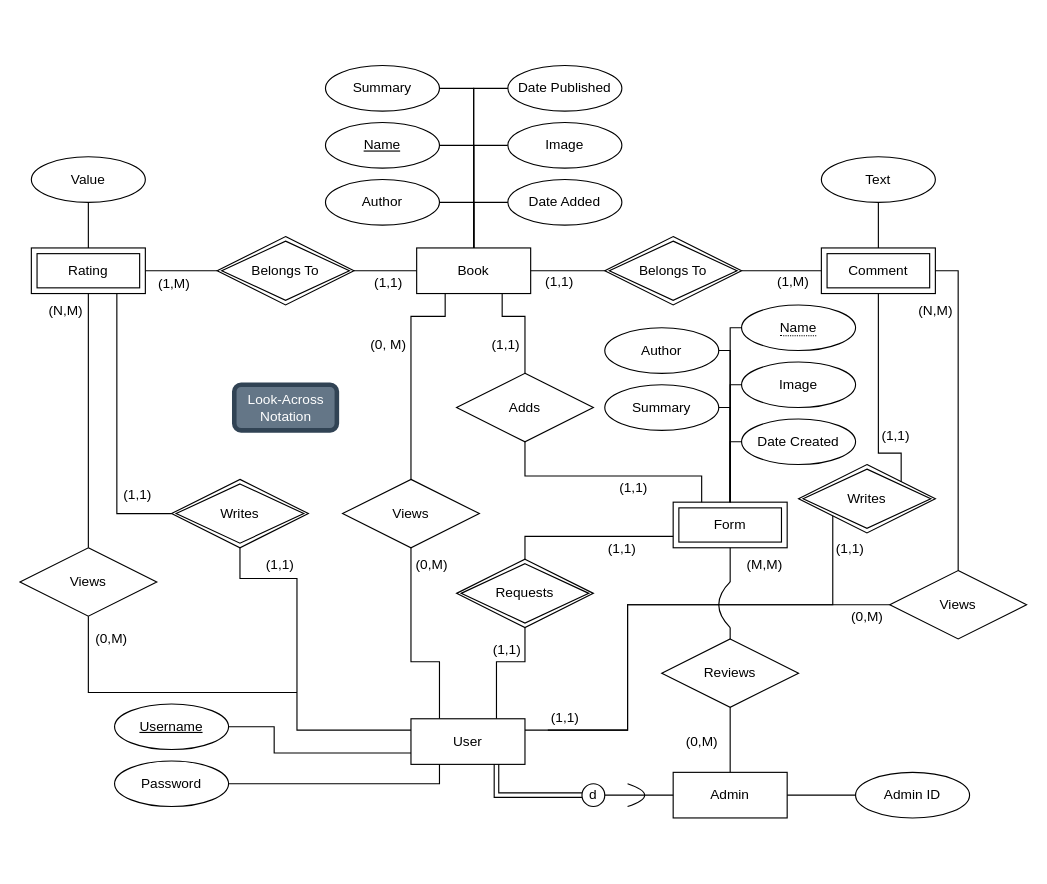
Before: BDB Diagram.drawio in theinsurgentarchive/BDB, a draw.io diagram. Source tidied: cells renumbered, new cells numbered last; positions are measured from the earlier drawing's top-left corner, leaving out a move shared by most shapes. Both pictures are drawn from the tidied source at 114%, with x=0, y=0 at pixel (19, 65).
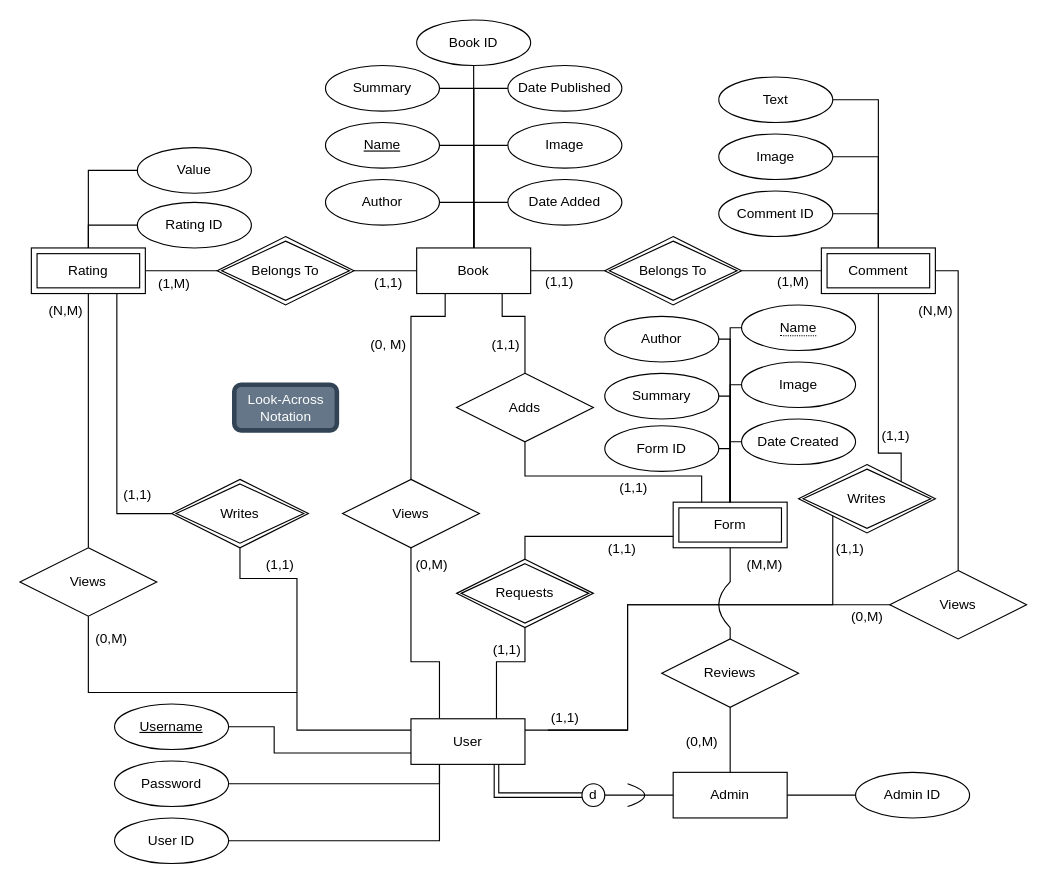
After the change.

Commit message:
Added IDs to Entities in BDB Diagram.drawio

The change refers to these unchanged cells:
```xml
<mxCell id="2" value="&lt;div&gt;Book&lt;/div&gt;" style="whiteSpace=wrap;html=1;align=center;" parent="1" vertex="1">
  <mxGeometry x="348" y="160" width="100" height="40" as="geometry" />
</mxCell>
<mxCell id="11" value="Rating" style="shape=ext;margin=3;double=1;whiteSpace=wrap;html=1;align=center;" parent="1" vertex="1">
  <mxGeometry x="10" y="160" width="100" height="40" as="geometry" />
</mxCell>
<mxCell id="12" value="&lt;div&gt;Comment&lt;/div&gt;" style="shape=ext;margin=3;double=1;whiteSpace=wrap;html=1;align=center;" parent="1" vertex="1">
  <mxGeometry x="703" y="160" width="100" height="40" as="geometry" />
</mxCell>
<mxCell id="32" value="Form" style="shape=ext;margin=3;double=1;whiteSpace=wrap;html=1;align=center;" parent="1" vertex="1">
  <mxGeometry x="573" y="383" width="100" height="40" as="geometry" />
</mxCell>
<mxCell id="42" value="User" style="whiteSpace=wrap;html=1;align=center;" parent="1" vertex="1">
  <mxGeometry x="343" y="573" width="100" height="40" as="geometry" />
</mxCell>
```

Change to the diagram source:
```diff
@@
     <mxCell id="19" value="Value" style="ellipse;whiteSpace=wrap;html=1;align=center;" parent="1" vertex="1">
-      <mxGeometry x="10" y="80" width="100" height="40" as="geometry" />
+      <mxGeometry x="103" y="72" width="100" height="40" as="geometry" />
     </mxCell>
-    <mxCell id="20" value="&lt;div&gt;Text&lt;/div&gt;" style="ellipse;whiteSpace=wrap;html=1;align=center;" parent="1" vertex="1">
-      <mxGeometry x="703" y="80" width="100" height="40" as="geometry" />
+    <mxCell id="20" value="&lt;div&gt;Comment ID&lt;/div&gt;" style="ellipse;whiteSpace=wrap;html=1;align=center;" parent="1" vertex="1">
+      <mxGeometry x="613" y="110" width="100" height="40" as="geometry" />
     </mxCell>
-    <mxCell id="21" style="endArrow=none;html=1;rounded=0;exitX=0.5;exitY=0;exitDx=0;exitDy=0;entryX=0.5;entryY=1;entryDx=0;entryDy=0;" parent="1" edge="1" source="11" target="19">
-      <mxGeometry relative="1" as="geometry" />
+    <mxCell id="21" style="endArrow=none;html=1;rounded=0;exitX=0.5;exitY=0;exitDx=0;exitDy=0;entryX=0;entryY=0.5;entryDx=0;entryDy=0;" parent="1" edge="1" source="11" target="19">
+      <mxGeometry relative="1" as="geometry">
+        <Array as="points">
+          <mxPoint x="60" y="92" />
+        </Array>
+      </mxGeometry>
     </mxCell>
-    <mxCell id="22" style="endArrow=none;html=1;rounded=0;exitX=0.5;exitY=0;exitDx=0;exitDy=0;entryX=0.5;entryY=1;entryDx=0;entryDy=0;" parent="1" edge="1" source="12" target="20">
-      <mxGeometry relative="1" as="geometry" />
+    <mxCell id="22" style="endArrow=none;html=1;rounded=0;exitX=0.5;exitY=0;exitDx=0;exitDy=0;entryX=1;entryY=0.5;entryDx=0;entryDy=0;" parent="1" edge="1" source="12" target="20">
+      <mxGeometry relative="1" as="geometry">
+        <Array as="points">
+          <mxPoint x="753" y="130" />
+        </Array>
+      </mxGeometry>
     </mxCell>
@@
     <mxCell id="45" value="Author" style="ellipse;whiteSpace=wrap;html=1;align=center;" parent="1" vertex="1">
-      <mxGeometry x="513" y="230" width="100" height="40" as="geometry" />
+      <mxGeometry x="513" y="220" width="100" height="40" as="geometry" />
     </mxCell>
@@
     <mxCell id="47" value="Summary" style="ellipse;whiteSpace=wrap;html=1;align=center;" parent="1" vertex="1">
-      <mxGeometry x="513" y="280" width="100" height="40" as="geometry" />
+      <mxGeometry x="513" y="270" width="100" height="40" as="geometry" />
     </mxCell>
@@
     <mxCell id="50" style="endArrow=none;html=1;rounded=0;exitX=1;exitY=0.5;exitDx=0;exitDy=0;entryX=0.5;entryY=0;entryDx=0;entryDy=0;" parent="1" edge="1" source="47" target="32">
       <mxGeometry relative="1" as="geometry">
         <Array as="points">
-          <mxPoint x="623" y="300" />
+          <mxPoint x="623" y="290" />
         </Array>
       </mxGeometry>
     </mxCell>
     <mxCell id="51" style="endArrow=none;html=1;rounded=0;exitX=1;exitY=0.5;exitDx=0;exitDy=0;entryX=0.5;entryY=0;entryDx=0;entryDy=0;" parent="1" edge="1" source="45" target="32">
       <mxGeometry relative="1" as="geometry">
         <Array as="points">
-          <mxPoint x="623" y="250" />
+          <mxPoint x="623" y="240" />
         </Array>
       </mxGeometry>
     </mxCell>
@@
+    <mxCell id="98" value="User ID" style="ellipse;whiteSpace=wrap;html=1;align=center;" parent="1" vertex="1">
+      <mxGeometry x="83" y="660" width="100" height="40" as="geometry" />
+    </mxCell>
+    <mxCell id="99" style="endArrow=none;html=1;rounded=0;entryX=1;entryY=0.5;entryDx=0;entryDy=0;exitX=0.25;exitY=1;exitDx=0;exitDy=0;" parent="1" edge="1" source="42" target="98">
+      <mxGeometry relative="1" as="geometry">
+        <Array as="points">
+          <mxPoint x="368" y="680" />
+        </Array>
+      </mxGeometry>
+    </mxCell>
+    <mxCell id="100" value="&lt;div&gt;Book ID&lt;/div&gt;" style="ellipse;whiteSpace=wrap;html=1;align=center;" parent="1" vertex="1">
+      <mxGeometry x="348" y="-40" width="100" height="40" as="geometry" />
+    </mxCell>
+    <mxCell id="101" style="endArrow=none;html=1;rounded=0;exitX=0.5;exitY=0;exitDx=0;exitDy=0;entryX=0.5;entryY=1;entryDx=0;entryDy=0;" parent="1" edge="1" source="2" target="100">
+      <mxGeometry relative="1" as="geometry" />
+    </mxCell>
+    <mxCell id="102" value="Rating ID" style="ellipse;whiteSpace=wrap;html=1;align=center;" parent="1" vertex="1">
+      <mxGeometry x="103" y="120" width="100" height="40" as="geometry" />
+    </mxCell>
+    <mxCell id="103" style="endArrow=none;html=1;rounded=0;exitX=0.5;exitY=0;exitDx=0;exitDy=0;entryX=0;entryY=0.5;entryDx=0;entryDy=0;" parent="1" edge="1" source="11" target="102">
+      <mxGeometry relative="1" as="geometry">
+        <Array as="points">
+          <mxPoint x="60" y="140" />
+        </Array>
+      </mxGeometry>
+    </mxCell>
+    <mxCell id="104" value="&lt;div&gt;Image&lt;/div&gt;" style="ellipse;whiteSpace=wrap;html=1;align=center;" parent="1" vertex="1">
+      <mxGeometry x="613" y="60" width="100" height="40" as="geometry" />
+    </mxCell>
+    <mxCell id="105" value="&lt;div&gt;Text&lt;/div&gt;" style="ellipse;whiteSpace=wrap;html=1;align=center;" parent="1" vertex="1">
+      <mxGeometry x="613" y="10" width="100" height="40" as="geometry" />
+    </mxCell>
+    <mxCell id="106" style="endArrow=none;html=1;rounded=0;exitX=0.5;exitY=0;exitDx=0;exitDy=0;entryX=1;entryY=0.5;entryDx=0;entryDy=0;" parent="1" edge="1" source="12" target="104">
+      <mxGeometry relative="1" as="geometry">
+        <Array as="points">
+          <mxPoint x="753" y="80" />
+        </Array>
+      </mxGeometry>
+    </mxCell>
+    <mxCell id="107" style="endArrow=none;html=1;rounded=0;entryX=1;entryY=0.5;entryDx=0;entryDy=0;exitX=0.5;exitY=0;exitDx=0;exitDy=0;" parent="1" edge="1" source="12" target="105">
+      <mxGeometry relative="1" as="geometry">
+        <Array as="points">
+          <mxPoint x="753" y="30" />
+        </Array>
+      </mxGeometry>
+    </mxCell>
+    <mxCell id="108" value="Form ID" style="ellipse;whiteSpace=wrap;html=1;align=center;" parent="1" vertex="1">
+      <mxGeometry x="513" y="316" width="100" height="40" as="geometry" />
+    </mxCell>
+    <mxCell id="109" style="endArrow=none;html=1;rounded=0;exitX=1;exitY=0.5;exitDx=0;exitDy=0;entryX=0.5;entryY=0;entryDx=0;entryDy=0;" parent="1" edge="1" source="108" target="32">
+      <mxGeometry relative="1" as="geometry">
+        <Array as="points">
+          <mxPoint x="623" y="336" />
+        </Array>
+      </mxGeometry>
+    </mxCell>
```
